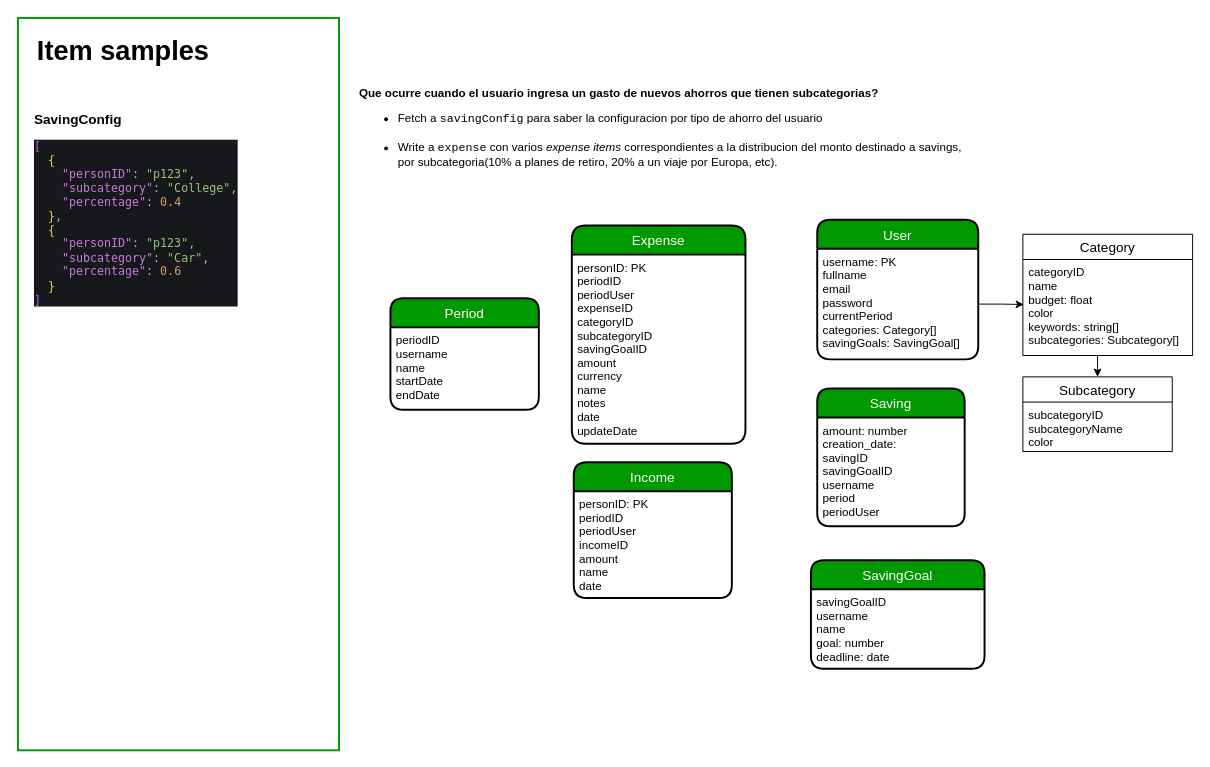
Above: page "Data Model" (1 of 2) of diagrams/money-diagrams.drawio in JoelD7/money (draw.io), before the change. Source tidied: cells renumbered, new cells numbered last; positions are measured from the earlier drawing's top-left corner, leaving out a move shared by most shapes. Both pictures are drawn from the tidied source at 97%, with x=0, y=0 at pixel (17, 17).
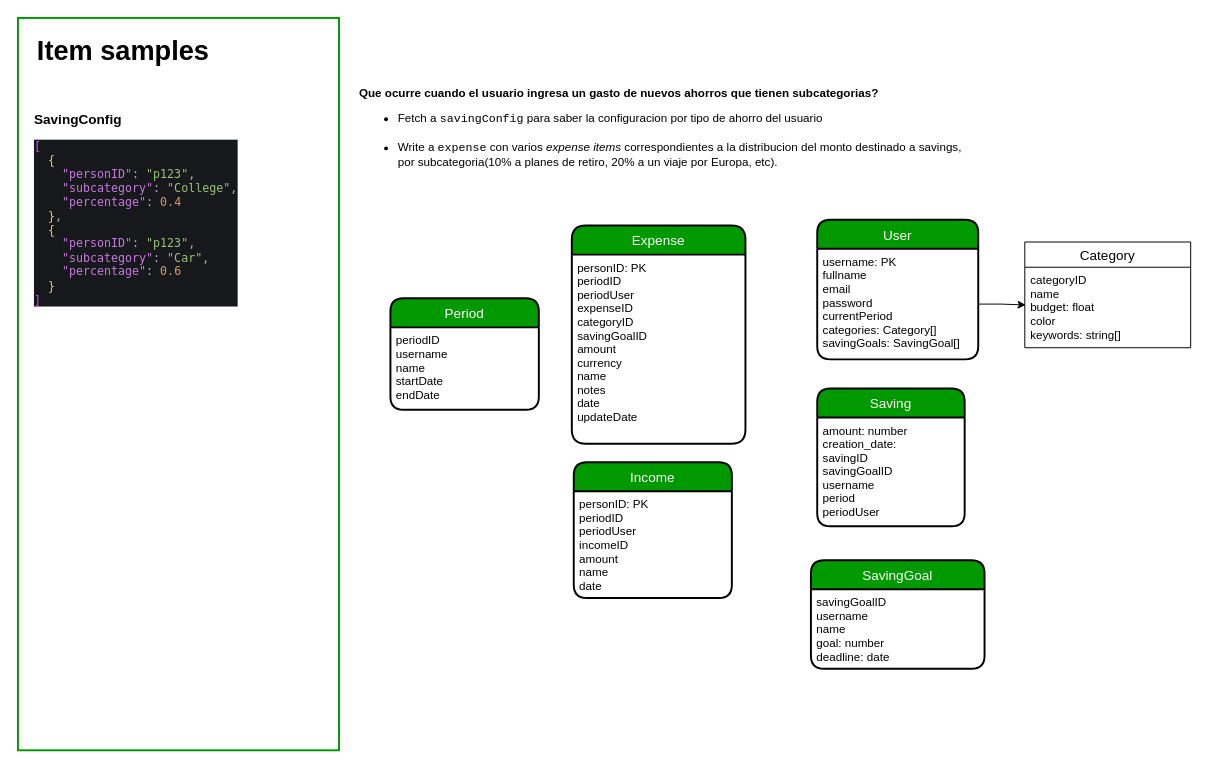
Above is the later version.

Commit message:
Remove subcategory references from diagram

Unchanged cells that the change refers to:
```xml
<mxCell id="6" value="Expense" style="swimlane;horizontal=1;startSize=30;rounded=1;fontSize=14;fontStyle=0;strokeWidth=2;shadow=0;dashed=0;align=center;labelBackgroundColor=none;arcSize=16;labelBorderColor=none;swimlaneLine=1;swimlaneFillColor=none;gradientColor=none;gradientDirection=north;fillColor=#009900;fontColor=#FFFFFF;" parent="1" vertex="1">
  <mxGeometry x="571" y="214" width="179" height="225" as="geometry" />
</mxCell>
```

Diff of the diagram source:
```diff
@@
-    <mxCell id="7" value="personID: PK&#10;periodID&#10;periodUser&#10;expenseID&#10;categoryID&#10;subcategoryID&#10;savingGoalID&#10;amount&#10;currency&#10;name&#10;notes&#10;date&#10;updateDate" style="align=left;strokeColor=none;fillColor=none;spacingLeft=4;fontSize=12;verticalAlign=top;" parent="6" vertex="1">
+    <mxCell id="7" value="personID: PK&#10;periodID&#10;periodUser&#10;expenseID&#10;categoryID&#10;savingGoalID&#10;amount&#10;currency&#10;name&#10;notes&#10;date&#10;updateDate" style="align=left;strokeColor=none;fillColor=none;spacingLeft=4;fontSize=12;verticalAlign=top;" parent="6" vertex="1">
       <mxGeometry y="30" width="179" height="195" as="geometry" />
     </mxCell>
@@
     <mxCell id="10" value="Category" style="swimlane;fontStyle=0;horizontal=1;startSize=26;align=center;fontSize=14;" parent="1" vertex="1">
-      <mxGeometry x="1036" y="223" width="175" height="125" as="geometry" />
+      <mxGeometry x="1038" y="231" width="171" height="109" as="geometry" />
     </mxCell>
-    <mxCell id="11" value="categoryID&#10;name&#10;budget: float    &#10;color&#10;keywords: string[]&#10;subcategories: Subcategory[] " style="text;strokeColor=none;fillColor=none;spacingLeft=4;spacingRight=4;overflow=hidden;points=[[0,0.5],[1,0.5]];portConstraint=eastwest;fontSize=12;" parent="10" vertex="1">
-      <mxGeometry y="26" width="175" height="99" as="geometry" />
+    <mxCell id="11" value="categoryID&#10;name&#10;budget: float    &#10;color&#10;keywords: string[]" style="text;strokeColor=none;fillColor=none;spacingLeft=4;spacingRight=4;overflow=hidden;points=[[0,0.5],[1,0.5]];portConstraint=eastwest;fontSize=12;" parent="10" vertex="1">
+      <mxGeometry y="26" width="171" height="83" as="geometry" />
     </mxCell>
-    <mxCell id="12" value="Subcategory" style="swimlane;fontStyle=0;horizontal=1;startSize=26;align=center;fontSize=14;" parent="1" vertex="1">
-      <mxGeometry x="1036" y="370" width="154" height="77" as="geometry" />
-    </mxCell>
-    <mxCell id="13" value="subcategoryID&#10;subcategoryName&#10;color" style="text;strokeColor=none;fillColor=none;spacingLeft=4;spacingRight=4;overflow=hidden;fontSize=12;" parent="12" vertex="1">
-      <mxGeometry y="26" width="154" height="51" as="geometry" />
-    </mxCell>
@@
-    <mxCell id="23" style="edgeStyle=orthogonalEdgeStyle;rounded=0;jettySize=auto;html=1;entryX=0.5;entryY=0;entryDx=0;entryDy=0;" parent="1" edge="1" source="11" target="12">
-      <mxGeometry relative="1" as="geometry">
-        <Array as="points">
-          <mxPoint x="1113" y="346" />
-          <mxPoint x="1113" y="346" />
-        </Array>
-      </mxGeometry>
-    </mxCell>
```
